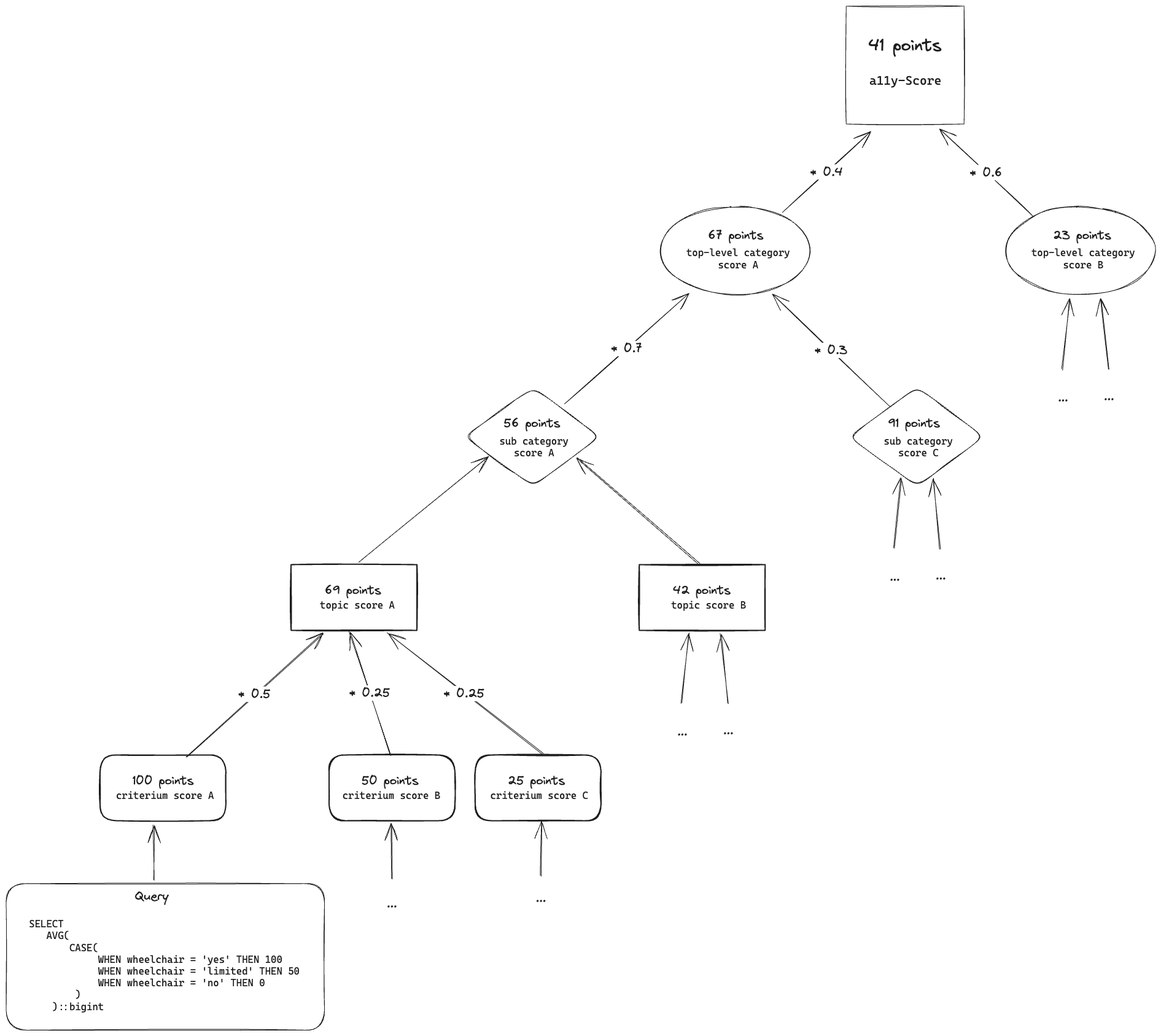
This is docs/_assets/diagrams/scoring-algorithm.excalidraw.png from sozialhelden/a11yscore, a Excalidraw export, as it was before one commit. Source tidied: one line per element, renumbered; positions are measured from the earlier drawing's top-left corner, leaving out a move shared by most shapes. The source it was exported from:
```json
{"id": 0, "type": "rectangle", "strokeColor": "#1e1e1e", "strokeWidth": 2, "roughness": 1, "round": true, "x": 153, "y": 1219, "width": 205, "height": 107}
{"id": 1, "type": "text", "text": "100 points", "strokeColor": "#1e1e1e", "strokeWidth": 2, "roughness": 1, "fontSize": 20, "fontFamily": 1, "x": 206, "y": 1249, "width": 100, "height": 25}
{"id": 2, "type": "text", "text": "criterium score A", "strokeColor": "#1e1e1e", "strokeWidth": 2, "roughness": 1, "fontSize": 16, "fontFamily": 3, "x": 179, "y": 1276, "width": 159, "height": 19}
{"id": 3, "type": "rectangle", "strokeColor": "#1e1e1e", "strokeWidth": 2, "roughness": 1, "round": true, "x": 526, "y": 1219, "width": 205, "height": 107}
{"id": 4, "type": "text", "text": "50 points", "strokeColor": "#1e1e1e", "strokeWidth": 2, "roughness": 1, "fontSize": 20, "fontFamily": 1, "x": 579, "y": 1249, "width": 93, "height": 25}
{"id": 5, "type": "text", "text": "criterium score B", "strokeColor": "#1e1e1e", "strokeWidth": 2, "roughness": 1, "fontSize": 16, "fontFamily": 3, "x": 548, "y": 1276, "width": 159, "height": 19}
{"id": 6, "type": "rectangle", "strokeColor": "#1e1e1e", "strokeWidth": 2, "roughness": 1, "round": true, "x": 764, "y": 1219, "width": 205, "height": 107}
{"id": 7, "type": "text", "text": "25 points", "strokeColor": "#1e1e1e", "strokeWidth": 2, "roughness": 1, "fontSize": 20, "fontFamily": 1, "x": 817, "y": 1249, "width": 93, "height": 25}
{"id": 8, "type": "text", "text": "criterium score C", "strokeColor": "#1e1e1e", "strokeWidth": 2, "roughness": 1, "fontSize": 16, "fontFamily": 3, "x": 788, "y": 1276, "width": 159, "height": 19}
{"id": 9, "type": "rectangle", "strokeColor": "#1e1e1e", "strokeWidth": 2, "roughness": 1, "x": 464, "y": 909, "width": 205, "height": 107}
{"id": 10, "type": "text", "text": "69 points", "strokeColor": "#1e1e1e", "strokeWidth": 2, "roughness": 1, "fontSize": 20, "fontFamily": 1, "x": 519, "y": 939, "width": 92, "height": 25}
{"id": 11, "type": "text", "text": "topic score A", "strokeColor": "#1e1e1e", "strokeWidth": 2, "roughness": 1, "fontSize": 16, "fontFamily": 3, "x": 511, "y": 966, "width": 122, "height": 19}
{"id": 12, "type": "arrow", "strokeColor": "#1e1e1e", "strokeWidth": 1, "roughness": 1, "endArrowhead": "arrow", "round": true, "to": 9, "x": 293, "y": 1220, "width": 223, "height": 200, "points": [[0, 0], [223, -200]]}
{"id": 13, "type": "text", "text": "* 0.5", "strokeColor": "#1e1e1e", "strokeWidth": 1, "roughness": 1, "fontSize": 20, "fontFamily": 1, "textAlign": "center", "verticalAlign": "middle", "inside": 12, "x": 348, "y": 1107, "width": 52, "height": 25}
{"id": 14, "type": "arrow", "strokeColor": "#1e1e1e", "strokeWidth": 1, "roughness": 1, "endArrowhead": "arrow", "round": true, "from": 3, "to": 9, "x": 626, "y": 1218, "width": 67, "height": 200, "points": [[0, 0], [-67, -200]]}
{"id": 15, "type": "text", "text": "* 0.25", "strokeColor": "#1e1e1e", "strokeWidth": 1, "roughness": 1, "fontSize": 20, "fontFamily": 1, "textAlign": "center", "verticalAlign": "middle", "inside": 14, "x": 549, "y": 1106, "width": 66, "height": 25}
{"id": 16, "type": "arrow", "strokeColor": "#1e1e1e", "strokeWidth": 1, "roughness": 1, "endArrowhead": "arrow", "round": true, "from": 6, "to": 9, "x": 872, "y": 1218, "width": 252, "height": 198, "points": [[0, 0], [-252, -198]]}
{"id": 17, "type": "text", "text": "* 0.25", "strokeColor": "#1e1e1e", "strokeWidth": 1, "roughness": 1, "fontSize": 20, "fontFamily": 1, "textAlign": "center", "verticalAlign": "middle", "inside": 16, "x": 718, "y": 1105, "width": 66, "height": 25}
{"id": 18, "type": "rectangle", "strokeColor": "#1e1e1e", "strokeWidth": 2, "roughness": 1, "x": 1031, "y": 909, "width": 205, "height": 107}
{"id": 19, "type": "text", "text": "42 points", "strokeColor": "#1e1e1e", "strokeWidth": 2, "roughness": 1, "fontSize": 20, "fontFamily": 1, "x": 1086, "y": 939, "width": 94, "height": 25}
{"id": 20, "type": "text", "text": "topic score B", "strokeColor": "#1e1e1e", "strokeWidth": 2, "roughness": 1, "fontSize": 16, "fontFamily": 3, "x": 1083, "y": 966, "width": 122, "height": 19}
{"id": 21, "type": "arrow", "strokeColor": "#1e1e1e", "strokeWidth": 1, "roughness": 1, "endArrowhead": "arrow", "round": true, "from": 23, "to": 0, "x": 240, "y": 1423, "width": 0, "height": 89, "points": [[0, 0], [0, -89]]}
{"id": 22, "type": "text", "text": "SELECT\n   AVG(\n       CASE(\n            WHEN wheelchair = 'yes' THEN 100\n            WHEN wheelchair = 'limited' THEN 50\n            WHEN wheelchair = 'no' THEN 0\n        )\n    )::bigint", "strokeColor": "#1e1e1e", "strokeWidth": 2, "roughness": 1, "fontSize": 16, "fontFamily": 3, "x": 37, "y": 1486, "width": 441, "height": 154}
{"id": 23, "type": "rectangle", "strokeColor": "#1e1e1e", "strokeWidth": 1, "roughness": 1, "round": true, "x": 0, "y": 1429, "width": 519, "height": 239}
{"id": 24, "type": "text", "text": "Query", "strokeColor": "#1e1e1e", "strokeWidth": 1, "roughness": 1, "fontSize": 20, "fontFamily": 1, "x": 210, "y": 1437, "width": 54, "height": 25}
{"id": 25, "type": "arrow", "strokeColor": "#1e1e1e", "strokeWidth": 1, "roughness": 1, "endArrowhead": "arrow", "round": true, "to": 3, "x": 629, "y": 1420, "width": 0, "height": 89, "points": [[0, 0], [0, -89]]}
{"id": 26, "type": "arrow", "strokeColor": "#1e1e1e", "strokeWidth": 1, "roughness": 1, "endArrowhead": "arrow", "round": true, "to": 6, "x": 871, "y": 1417, "width": 0, "height": 89, "points": [[0, 0], [0, -89]]}
{"id": 27, "type": "text", "text": "...", "strokeColor": "#1e1e1e", "strokeWidth": 1, "roughness": 1, "fontSize": 20, "fontFamily": 1, "x": 620, "y": 1449, "width": 16, "height": 25}
{"id": 28, "type": "text", "text": "...", "strokeColor": "#1e1e1e", "strokeWidth": 1, "roughness": 1, "fontSize": 20, "fontFamily": 1, "x": 863, "y": 1440, "width": 16, "height": 25}
{"id": 29, "type": "arrow", "strokeColor": "#1e1e1e", "strokeWidth": 1, "roughness": 1, "endArrowhead": "arrow", "round": true, "from": 9, "to": 30, "x": 575, "y": 906, "width": 211, "height": 172, "points": [[0, 0], [211, -172]]}
{"id": 30, "type": "diamond", "strokeColor": "#1e1e1e", "strokeWidth": 1, "roughness": 1, "round": true, "x": 747, "y": 620, "width": 220, "height": 161}
{"id": 31, "type": "text", "text": "56 points", "strokeColor": "#1e1e1e", "strokeWidth": 1, "roughness": 1, "fontSize": 20, "fontFamily": 1, "x": 811, "y": 667, "width": 92, "height": 25}
{"id": 32, "type": "text", "text": "sub category\nscore A", "strokeColor": "#1e1e1e", "strokeWidth": 1, "roughness": 1, "fontSize": 16, "fontFamily": 3, "textAlign": "center", "x": 803, "y": 699, "width": 112, "height": 38}
{"id": 33, "type": "arrow", "strokeColor": "#1e1e1e", "strokeWidth": 1, "roughness": 1, "endArrowhead": "arrow", "round": true, "from": 18, "to": 32, "x": 1129, "y": 908, "width": 200, "height": 173, "points": [[0, 0], [-200, -173]]}
{"id": 34, "type": "diamond", "strokeColor": "#1e1e1e", "strokeWidth": 1, "roughness": 1, "round": true, "x": 1373, "y": 620, "width": 220, "height": 161}
{"id": 35, "type": "text", "text": "91 points", "strokeColor": "#1e1e1e", "strokeWidth": 1, "roughness": 1, "fontSize": 20, "fontFamily": 1, "x": 1437, "y": 667, "width": 84, "height": 25}
{"id": 36, "type": "text", "text": "sub category\nscore C", "strokeColor": "#1e1e1e", "strokeWidth": 1, "roughness": 1, "fontSize": 16, "fontFamily": 3, "textAlign": "center", "x": 1429, "y": 699, "width": 112, "height": 38}
{"id": 37, "type": "arrow", "strokeColor": "#1e1e1e", "strokeWidth": 1, "roughness": 1, "endArrowhead": "arrow", "round": true, "to": 34, "x": 1521, "y": 883, "width": 11, "height": 114, "points": [[0, 0], [-11, -114]]}
{"id": 38, "type": "arrow", "strokeColor": "#1e1e1e", "strokeWidth": 1, "roughness": 1, "endArrowhead": "arrow", "round": true, "to": 34, "x": 1446, "y": 883, "width": 12, "height": 114, "points": [[0, 0], [12, -114]]}
{"id": 39, "type": "text", "text": "...", "strokeColor": "#1e1e1e", "strokeWidth": 1, "roughness": 1, "fontSize": 20, "fontFamily": 1, "x": 1514, "y": 915, "width": 16, "height": 25}
{"id": 40, "type": "text", "text": "...", "strokeColor": "#1e1e1e", "strokeWidth": 1, "roughness": 1, "fontSize": 20, "fontFamily": 1, "x": 1439, "y": 917, "width": 16, "height": 25}
{"id": 41, "type": "arrow", "strokeColor": "#1e1e1e", "strokeWidth": 1, "roughness": 1, "endArrowhead": "arrow", "from": 30, "to": 45, "x": 910, "y": 648, "width": 203, "height": 180, "points": [[0, 0], [203, -180]]}
{"id": 42, "type": "text", "text": "* 0.7", "strokeColor": "#1e1e1e", "strokeWidth": 1, "roughness": 1, "fontSize": 20, "fontFamily": 1, "textAlign": "center", "verticalAlign": "middle", "inside": 41, "x": 1036, "y": 526, "width": 50, "height": 25}
{"id": 43, "type": "arrow", "strokeColor": "#1e1e1e", "strokeWidth": 1, "roughness": 1, "endArrowhead": "arrow", "from": 35, "to": 45, "x": 1440, "y": 652, "width": 192, "height": 183, "points": [[0, 0], [-192, -183]]}
{"id": 44, "type": "text", "text": "* 0.3", "strokeColor": "#1e1e1e", "strokeWidth": 1, "roughness": 1, "fontSize": 20, "fontFamily": 1, "textAlign": "center", "verticalAlign": "middle", "inside": 43, "x": 1434, "y": 522, "width": 53, "height": 25}
{"id": 45, "type": "ellipse", "strokeColor": "#1e1e1e", "strokeWidth": 1, "roughness": 1, "x": 1066, "y": 326, "width": 243, "height": 144}
{"id": 46, "type": "text", "text": "67 points", "strokeColor": "#1e1e1e", "strokeWidth": 1, "roughness": 1, "fontSize": 20, "fontFamily": 1, "x": 1143, "y": 361, "width": 90, "height": 25}
{"id": 47, "type": "text", "text": "top-level category\nscore A", "strokeColor": "#1e1e1e", "strokeWidth": 1, "roughness": 1, "fontSize": 16, "fontFamily": 3, "textAlign": "center", "x": 1108, "y": 393, "width": 169, "height": 38}
{"id": 48, "type": "ellipse", "strokeColor": "#1e1e1e", "strokeWidth": 1, "roughness": 1, "x": 1628, "y": 326, "width": 243, "height": 144}
{"id": 49, "type": "text", "text": "23 points", "strokeColor": "#1e1e1e", "strokeWidth": 1, "roughness": 1, "fontSize": 20, "fontFamily": 1, "x": 1705, "y": 361, "width": 95, "height": 25}
{"id": 50, "type": "text", "text": "top-level category\nscore B", "strokeColor": "#1e1e1e", "strokeWidth": 1, "roughness": 1, "fontSize": 16, "fontFamily": 3, "textAlign": "center", "x": 1670, "y": 393, "width": 169, "height": 38}
{"id": 51, "type": "rectangle", "strokeColor": "#1e1e1e", "strokeWidth": 1, "roughness": 1, "x": 1368, "y": 0, "width": 192, "height": 192}
{"id": 52, "type": "arrow", "strokeColor": "#1e1e1e", "strokeWidth": 1, "roughness": 1, "endArrowhead": "arrow", "from": 45, "to": 51, "x": 1264, "y": 336, "width": 144, "height": 132, "points": [[0, 0], [144, -132]]}
{"id": 53, "type": "text", "text": "* 0.4", "strokeColor": "#1e1e1e", "strokeWidth": 1, "roughness": 1, "fontSize": 20, "fontFamily": 1, "textAlign": "center", "verticalAlign": "middle", "inside": 52, "x": 1310, "y": 257, "width": 52, "height": 25}
{"id": 54, "type": "arrow", "strokeColor": "#1e1e1e", "strokeWidth": 1, "roughness": 1, "endArrowhead": "arrow", "from": 48, "to": 51, "x": 1672, "y": 342, "width": 152, "height": 142, "points": [[0, 0], [-152, -142]]}
{"id": 55, "type": "text", "text": "* 0.6", "strokeColor": "#1e1e1e", "strokeWidth": 1, "roughness": 1, "fontSize": 20, "fontFamily": 1, "textAlign": "center", "verticalAlign": "middle", "inside": 54, "x": 1570, "y": 258, "width": 52, "height": 25}
{"id": 56, "type": "text", "text": "41 points", "strokeColor": "#1e1e1e", "strokeWidth": 1, "roughness": 1, "fontSize": 28, "fontFamily": 1, "textAlign": "center", "x": 1405, "y": 47, "width": 119, "height": 35}
{"id": 57, "type": "text", "text": "a11y-Score", "strokeColor": "#1e1e1e", "strokeWidth": 1, "roughness": 1, "fontSize": 20, "fontFamily": 3, "textAlign": "center", "x": 1406, "y": 108, "width": 117, "height": 24}
{"id": 58, "type": "arrow", "strokeColor": "#1e1e1e", "strokeWidth": 1, "roughness": 1, "endArrowhead": "arrow", "round": true, "to": 48, "x": 1795, "y": 591, "width": 11, "height": 114, "points": [[0, 0], [-11, -114]]}
{"id": 59, "type": "arrow", "strokeColor": "#1e1e1e", "strokeWidth": 1, "roughness": 1, "endArrowhead": "arrow", "round": true, "to": 48, "x": 1720, "y": 591, "width": 12, "height": 114, "points": [[0, 0], [12, -114]]}
{"id": 60, "type": "text", "text": "...", "strokeColor": "#1e1e1e", "strokeWidth": 1, "roughness": 1, "fontSize": 20, "fontFamily": 1, "x": 1788, "y": 623, "width": 16, "height": 25}
{"id": 61, "type": "text", "text": "...", "strokeColor": "#1e1e1e", "strokeWidth": 1, "roughness": 1, "fontSize": 20, "fontFamily": 1, "x": 1713, "y": 625, "width": 16, "height": 25}
{"id": 62, "type": "arrow", "strokeColor": "#1e1e1e", "strokeWidth": 1, "roughness": 1, "endArrowhead": "arrow", "round": true, "to": 18, "x": 1175, "y": 1135, "width": 11, "height": 114, "points": [[0, 0], [-11, -114]]}
{"id": 63, "type": "arrow", "strokeColor": "#1e1e1e", "strokeWidth": 1, "roughness": 1, "endArrowhead": "arrow", "round": true, "to": 18, "x": 1100, "y": 1135, "width": 12, "height": 114, "points": [[0, 0], [12, -114]]}
{"id": 64, "type": "text", "text": "...", "strokeColor": "#1e1e1e", "strokeWidth": 1, "roughness": 1, "fontSize": 20, "fontFamily": 1, "x": 1168, "y": 1167, "width": 16, "height": 25}
{"id": 65, "type": "text", "text": "...", "strokeColor": "#1e1e1e", "strokeWidth": 1, "roughness": 1, "fontSize": 20, "fontFamily": 1, "x": 1093, "y": 1169, "width": 16, "height": 25}
```
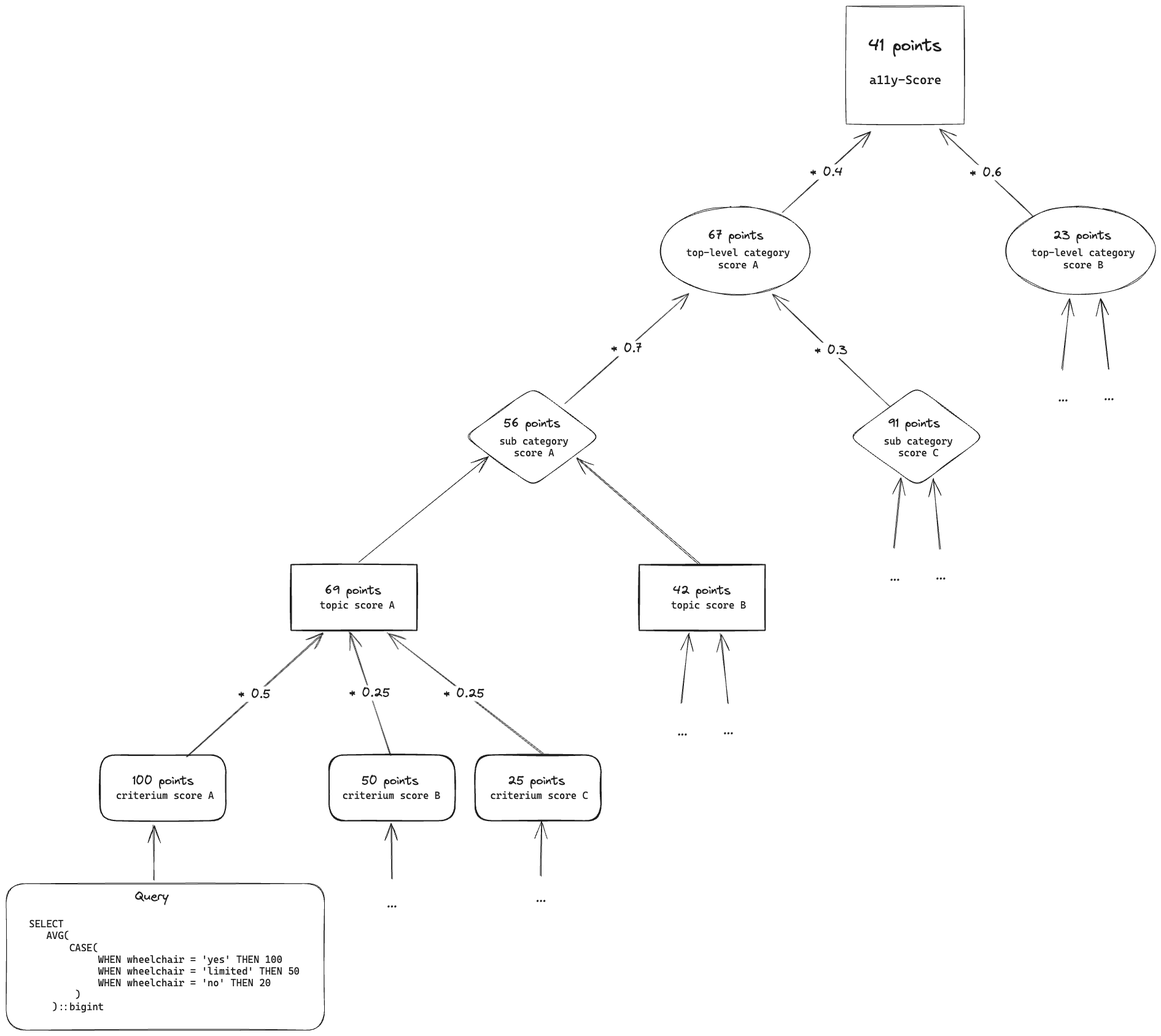
The same diagram one commit later.

What changed in the source:
```diff
@@ -20,7 +20,7 @@
 {"id": 19, "type": "text", "text": "42 points", "strokeColor": "#1e1e1e", "strokeWidth": 2, "roughness": 1, "fontSize": 20, "fontFamily": 1, "x": 1086, "y": 939, "width": 94, "height": 25}
 {"id": 20, "type": "text", "text": "topic score B", "strokeColor": "#1e1e1e", "strokeWidth": 2, "roughness": 1, "fontSize": 16, "fontFamily": 3, "x": 1083, "y": 966, "width": 122, "height": 19}
 {"id": 21, "type": "arrow", "strokeColor": "#1e1e1e", "strokeWidth": 1, "roughness": 1, "endArrowhead": "arrow", "round": true, "from": 23, "to": 0, "x": 240, "y": 1423, "width": 0, "height": 89, "points": [[0, 0], [0, -89]]}
-{"id": 22, "type": "text", "text": "SELECT\n   AVG(\n       CASE(\n            WHEN wheelchair = 'yes' THEN 100\n            WHEN wheelchair = 'limited' THEN 50\n            WHEN wheelchair = 'no' THEN 0\n        )\n    )::bigint", "strokeColor": "#1e1e1e", "strokeWidth": 2, "roughness": 1, "fontSize": 16, "fontFamily": 3, "x": 37, "y": 1486, "width": 441, "height": 154}
+{"id": 22, "type": "text", "text": "SELECT\n   AVG(\n       CASE(\n            WHEN wheelchair = 'yes' THEN 100\n            WHEN wheelchair = 'limited' THEN 50\n            WHEN wheelchair = 'no' THEN 20\n        )\n    )::bigint", "strokeColor": "#1e1e1e", "strokeWidth": 2, "roughness": 1, "fontSize": 16, "fontFamily": 3, "x": 37, "y": 1486, "width": 441, "height": 154}
 {"id": 23, "type": "rectangle", "strokeColor": "#1e1e1e", "strokeWidth": 1, "roughness": 1, "round": true, "x": 0, "y": 1429, "width": 519, "height": 239}
 {"id": 24, "type": "text", "text": "Query", "strokeColor": "#1e1e1e", "strokeWidth": 1, "roughness": 1, "fontSize": 20, "fontFamily": 1, "x": 210, "y": 1437, "width": 54, "height": 25}
 {"id": 25, "type": "arrow", "strokeColor": "#1e1e1e", "strokeWidth": 1, "roughness": 1, "endArrowhead": "arrow", "round": true, "to": 3, "x": 629, "y": 1420, "width": 0, "height": 89, "points": [[0, 0], [0, -89]]}
```
